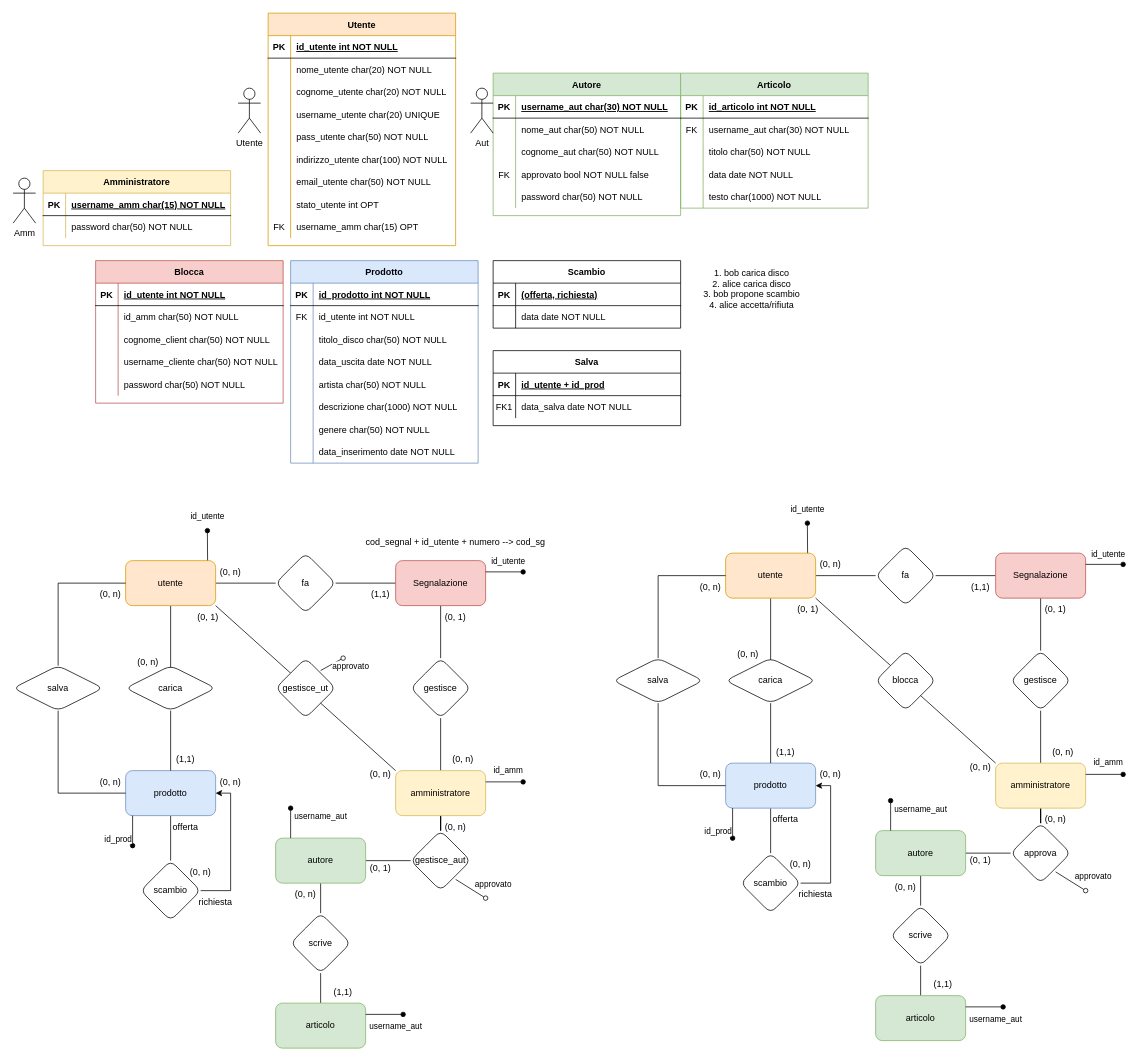
nonPitte/testDraw keeps this draw.io diagram as testDraw.drawio. Above is the earlier version. Source tidied: cells renumbered, new cells numbered last; positions are measured from the earlier drawing's top-left corner, leaving out a move shared by most shapes. Both pictures are drawn from the tidied source at 75%, with x=0, y=0 at pixel (13, 13).
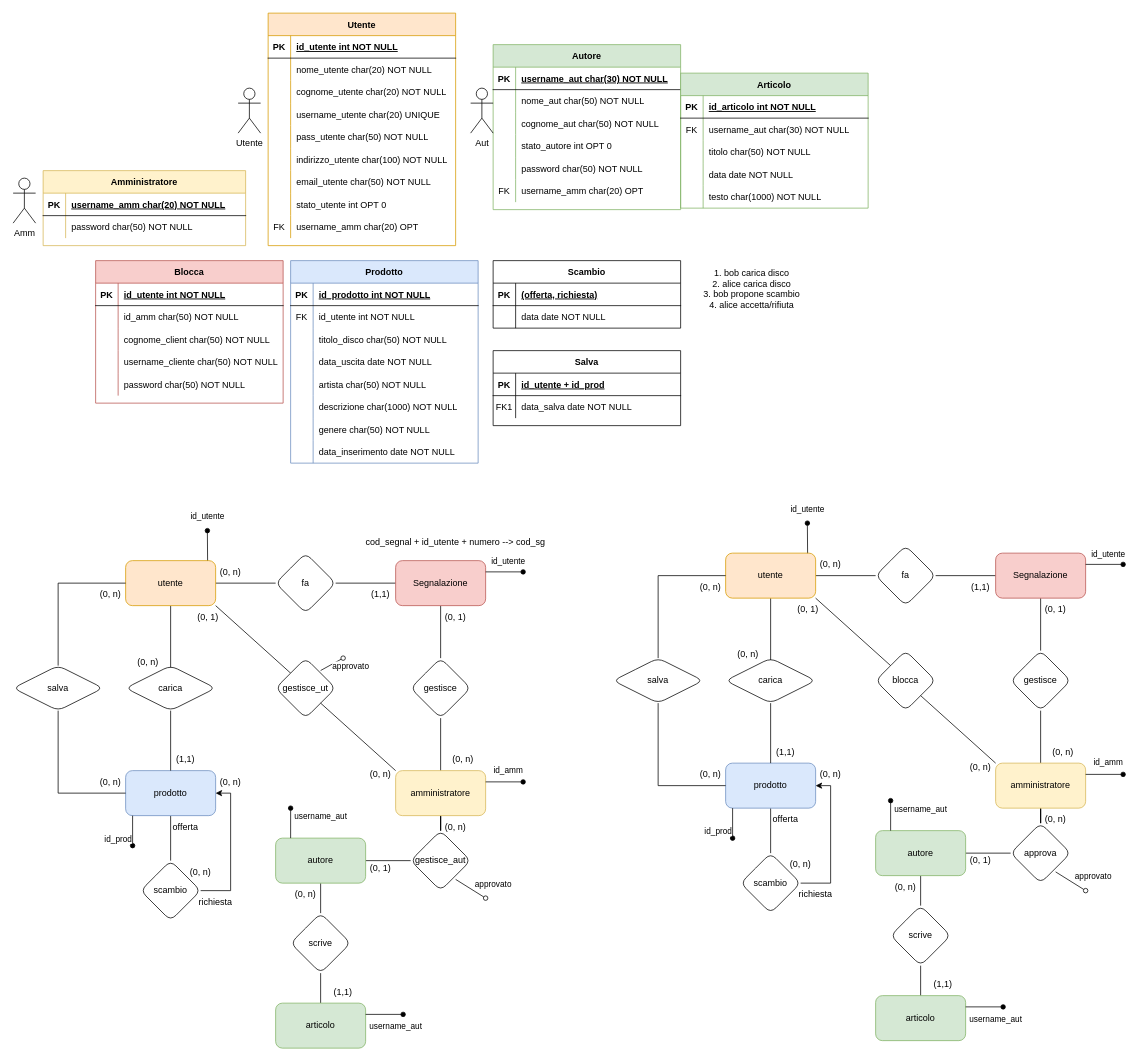
The same page after the edit.

The change refers to these unchanged cells:
```xml
<mxCell id="24" style="shape=partialRectangle;fillColor=none;top=0;left=0;right=0;bottom=0;" parent="2" vertex="1">
  <mxGeometry y="240" width="250" height="30" as="geometry" />
</mxCell>
<mxCell id="27" style="shape=partialRectangle;fillColor=none;top=0;left=0;right=0;bottom=0;" parent="2" vertex="1">
  <mxGeometry y="270" width="250" height="30" as="geometry" />
</mxCell>
<mxCell id="151" style="shape=partialRectangle;fillColor=none;top=0;left=0;right=0;bottom=0;" parent="141" vertex="1">
  <mxGeometry y="120" width="250" height="30" as="geometry" />
</mxCell>
```

Change to the diagram source:
```diff
@@
-    <mxCell id="26" value="stato_utente int OPT" style="shape=partialRectangle;overflow=hidden;fillColor=none;top=0;left=0;bottom=0;right=0;align=left;spacingLeft=6;labelBackgroundColor=none;fontSize=12;" parent="24" vertex="1">
+    <mxCell id="26" value="stato_utente int OPT 0" style="shape=partialRectangle;overflow=hidden;fillColor=none;top=0;left=0;bottom=0;right=0;align=left;spacingLeft=6;labelBackgroundColor=none;fontSize=12;" parent="24" vertex="1">
       <mxGeometry x="30" width="220" height="30" as="geometry" />
     </mxCell>
@@
-    <mxCell id="29" value="username_amm char(15) OPT" style="shape=partialRectangle;overflow=hidden;fillColor=none;top=0;left=0;bottom=0;right=0;align=left;spacingLeft=6;" parent="27" vertex="1">
+    <mxCell id="29" value="username_amm char(20) OPT" style="shape=partialRectangle;overflow=hidden;fillColor=none;top=0;left=0;bottom=0;right=0;align=left;spacingLeft=6;" parent="27" vertex="1">
       <mxGeometry x="30" width="220" height="30" as="geometry" />
     </mxCell>
@@
     <mxCell id="56" value="Amministratore" style="shape=table;startSize=30;childLayout=tableLayout;rowLines=0;fontStyle=1;align=center;fillColor=#fff2cc;strokeColor=#d6b656;" parent="1" vertex="1">
-      <mxGeometry x="40" y="210" width="250" height="100" as="geometry" />
+      <mxGeometry x="40" y="210" width="270" height="100" as="geometry" />
     </mxCell>
     <mxCell id="57" style="shape=partialRectangle;fillColor=none;top=0;left=0;right=0;bottom=1;" parent="56" vertex="1">
-      <mxGeometry y="30" width="250" height="30" as="geometry" />
+      <mxGeometry y="30" width="270" height="30" as="geometry" />
     </mxCell>
@@
-    <mxCell id="59" value="username_amm char(15) NOT NULL" style="shape=partialRectangle;overflow=hidden;fillColor=none;top=0;left=0;bottom=0;right=0;align=left;spacingLeft=6;fontStyle=5;" parent="57" vertex="1">
-      <mxGeometry x="30" width="220" height="30" as="geometry" />
+    <mxCell id="59" value="username_amm char(20) NOT NULL" style="shape=partialRectangle;overflow=hidden;fillColor=none;top=0;left=0;bottom=0;right=0;align=left;spacingLeft=6;fontStyle=5;" parent="57" vertex="1">
+      <mxGeometry x="30" width="240" height="30" as="geometry" />
     </mxCell>
     <mxCell id="60" style="shape=partialRectangle;fillColor=none;top=0;left=0;right=0;bottom=0;" parent="56" vertex="1">
-      <mxGeometry y="60" width="250" height="30" as="geometry" />
+      <mxGeometry y="60" width="270" height="30" as="geometry" />
     </mxCell>
@@
     <mxCell id="62" value="password char(50) NOT NULL" style="shape=partialRectangle;overflow=hidden;fillColor=none;top=0;left=0;bottom=0;right=0;align=left;spacingLeft=6;" parent="60" vertex="1">
-      <mxGeometry x="30" width="220" height="30" as="geometry" />
+      <mxGeometry x="30" width="240" height="30" as="geometry" />
     </mxCell>
@@
     <mxCell id="141" value="Autore" style="shape=table;startSize=30;childLayout=tableLayout;rowLines=0;fontStyle=1;align=center;fillColor=#d5e8d4;strokeColor=#82b366;" parent="1" vertex="1">
-      <mxGeometry x="640" y="80" width="250" height="190" as="geometry" />
+      <mxGeometry x="640" y="42" width="250" height="220" as="geometry" />
     </mxCell>
@@
-    <mxCell id="152" value="FK" style="shape=partialRectangle;overflow=hidden;fillColor=none;top=0;left=0;bottom=0;right=0;" parent="151" vertex="1">
+    <mxCell id="152" style="shape=partialRectangle;overflow=hidden;fillColor=none;top=0;left=0;bottom=0;right=0;" parent="151" vertex="1">
       <mxGeometry width="30" height="30" as="geometry" />
     </mxCell>
-    <mxCell id="153" value="approvato bool NOT NULL false" style="shape=partialRectangle;overflow=hidden;fillColor=none;top=0;left=0;bottom=0;right=0;align=left;spacingLeft=6;" parent="151" vertex="1">
+    <mxCell id="153" value="stato_autore int OPT 0" style="shape=partialRectangle;overflow=hidden;fillColor=none;top=0;left=0;bottom=0;right=0;align=left;spacingLeft=6;" parent="151" vertex="1">
       <mxGeometry x="30" width="220" height="30" as="geometry" />
     </mxCell>
@@
+    <mxCell id="242" style="shape=partialRectangle;fillColor=none;top=0;left=0;right=0;bottom=0;" parent="141" vertex="1">
+      <mxGeometry y="180" width="250" height="30" as="geometry" />
+    </mxCell>
+    <mxCell id="243" value="FK" style="shape=partialRectangle;overflow=hidden;fillColor=none;top=0;left=0;bottom=0;right=0;" parent="242" vertex="1">
+      <mxGeometry width="30" height="30" as="geometry" />
+    </mxCell>
+    <mxCell id="244" value="username_amm char(20) OPT" style="shape=partialRectangle;overflow=hidden;fillColor=none;top=0;left=0;bottom=0;right=0;align=left;spacingLeft=6;" parent="242" vertex="1">
+      <mxGeometry x="30" width="220" height="30" as="geometry" />
+    </mxCell>
```
